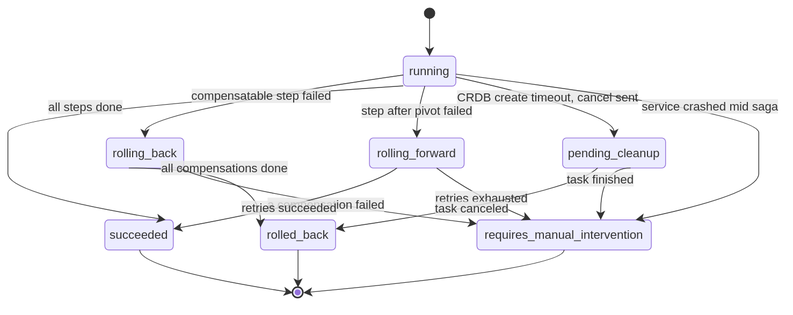
Before: docs/dr/diagrams/10b-state-saga.drawio.svg, a diagram exported from draw.io (EliShteinman/redis-enterprise-services). Source tidied: cells renumbered, new cells last; positions are measured from the earlier drawing's top-left corner, leaving out a move shared by most shapes.
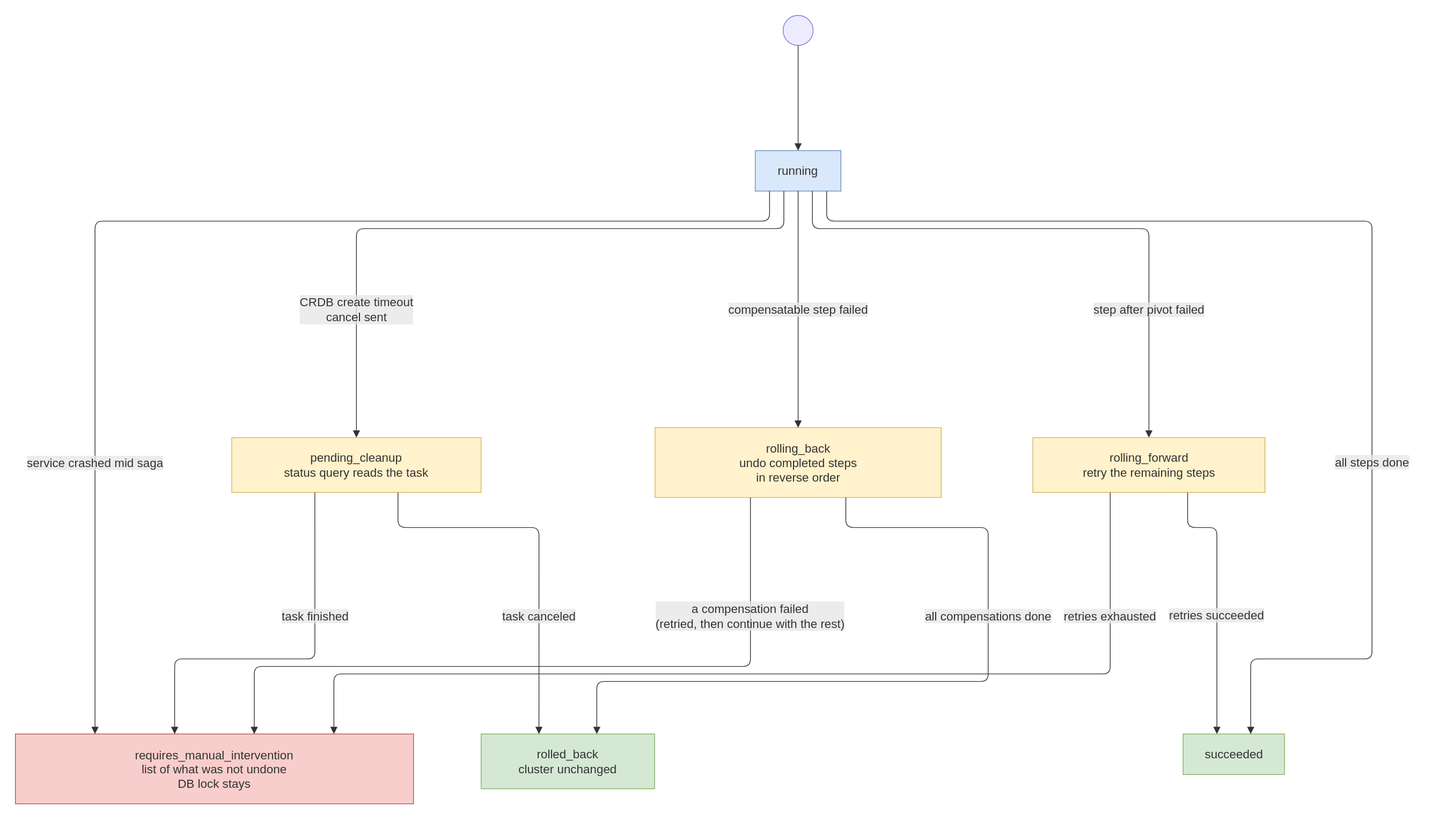
After the change.

Commit message:
docs(dr): presentation of the logic with the overview diagrams, roomier saga state diagram

Change to the diagram source:
```diff
@@ -2,133 +2,138 @@
   <root>
     <mxCell id="0" />
     <mxCell id="1" parent="0" />
-    <mxCell id="2" style="ellipse;html=1;fillColor=light-dark(#333333,#cccccc);strokeColor=light-dark(#333333,#cccccc);fontColor=light-dark(#333333,#cccccc);fontFamily=Trebuchet MS,Verdana,Arial,sans-serif;fontSize=16;" parent="1" vertex="1">
-      <mxGeometry x="554" width="14" height="14" as="geometry" />
+    <mxCell id="2" style="ellipse;html=1;strokeWidth=1;whiteSpace=wrap;fillColor=light-dark(#ECECFF,#1f2020);strokeColor=light-dark(#9370DB,#cccccc);fontColor=light-dark(#333333,#cccccc);fontFamily=Trebuchet MS,Verdana,Arial,sans-serif;fontSize=16;" parent="1" vertex="1">
+      <mxGeometry x="942" y="4" width="40" height="40" as="geometry" />
     </mxCell>
-    <mxCell id="3" value="running" style="rounded=1;absoluteArcSize=1;arcSize=10;html=1;whiteSpace=wrap;strokeWidth=1;fillColor=light-dark(#ECECFF,#1f2020);strokeColor=light-dark(#9370DB,#cccccc);fontColor=light-dark(#333333,#cccccc);fontFamily=Trebuchet MS,Verdana,Arial,sans-serif;fontSize=16;" parent="1" vertex="1">
-      <mxGeometry x="526" y="64" width="70" height="40" as="geometry" />
+    <mxCell id="3" value="running" style="html=1;whiteSpace=wrap;strokeWidth=1;fillColor=#dae8fc;strokeColor=#6c8ebf;fontColor=light-dark(#333333,#cccccc);fontFamily=Trebuchet MS,Verdana,Arial,sans-serif;fontSize=16;" parent="1" vertex="1">
+      <mxGeometry x="905" y="184" width="114" height="54" as="geometry" />
     </mxCell>
-    <mxCell id="4" value="succeeded" style="rounded=1;absoluteArcSize=1;arcSize=10;html=1;whiteSpace=wrap;strokeWidth=1;fillColor=light-dark(#ECECFF,#1f2020);strokeColor=light-dark(#9370DB,#cccccc);fontColor=light-dark(#333333,#cccccc);fontFamily=Trebuchet MS,Verdana,Arial,sans-serif;fontSize=16;" parent="1" vertex="1">
-      <mxGeometry x="129" y="282" width="91" height="40" as="geometry" />
+    <mxCell id="4" value="succeeded" style="html=1;whiteSpace=wrap;strokeWidth=1;fillColor=#d5e8d4;strokeColor=#82b366;fontColor=light-dark(#333333,#cccccc);fontFamily=Trebuchet MS,Verdana,Arial,sans-serif;fontSize=16;" parent="1" vertex="1">
+      <mxGeometry x="1474.5" y="961" width="135" height="54" as="geometry" />
     </mxCell>
-    <mxCell id="5" value="rolling_back" style="rounded=1;absoluteArcSize=1;arcSize=10;html=1;whiteSpace=wrap;strokeWidth=1;fillColor=light-dark(#ECECFF,#1f2020);strokeColor=light-dark(#9370DB,#cccccc);fontColor=light-dark(#333333,#cccccc);fontFamily=Trebuchet MS,Verdana,Arial,sans-serif;fontSize=16;" parent="1" vertex="1">
-      <mxGeometry x="131" y="173" width="103" height="40" as="geometry" />
+    <mxCell id="5" value="rolling_back&#10;undo completed steps&#10;in reverse order" style="html=1;whiteSpace=wrap;strokeWidth=1;fillColor=#fff2cc;strokeColor=#d6b656;fontColor=light-dark(#333333,#cccccc);fontFamily=Trebuchet MS,Verdana,Arial,sans-serif;fontSize=16;" parent="1" vertex="1">
+      <mxGeometry x="771.5" y="553" width="381" height="93" as="geometry" />
     </mxCell>
-    <mxCell id="6" value="rolled_back" style="rounded=1;absoluteArcSize=1;arcSize=10;html=1;whiteSpace=wrap;strokeWidth=1;fillColor=light-dark(#ECECFF,#1f2020);strokeColor=light-dark(#9370DB,#cccccc);fontColor=light-dark(#333333,#cccccc);fontFamily=Trebuchet MS,Verdana,Arial,sans-serif;fontSize=16;" parent="1" vertex="1">
-      <mxGeometry x="336" y="282" width="100" height="40" as="geometry" />
+    <mxCell id="6" value="rolling_forward&#10;retry the remaining steps" style="html=1;whiteSpace=wrap;strokeWidth=1;fillColor=#fff2cc;strokeColor=#d6b656;fontColor=light-dark(#333333,#cccccc);fontFamily=Trebuchet MS,Verdana,Arial,sans-serif;fontSize=16;" parent="1" vertex="1">
+      <mxGeometry x="1274.5" y="566.3" width="309" height="73" as="geometry" />
     </mxCell>
-    <mxCell id="7" value="requires_manual_intervention" style="rounded=1;absoluteArcSize=1;arcSize=10;html=1;whiteSpace=wrap;strokeWidth=1;fillColor=light-dark(#ECECFF,#1f2020);strokeColor=light-dark(#9370DB,#cccccc);fontColor=light-dark(#333333,#cccccc);fontFamily=Trebuchet MS,Verdana,Arial,sans-serif;fontSize=16;" parent="1" vertex="1">
-      <mxGeometry x="624" y="282" width="232" height="40" as="geometry" />
+    <mxCell id="7" value="pending_cleanup&#10;status query reads the task" style="html=1;whiteSpace=wrap;strokeWidth=1;fillColor=#fff2cc;strokeColor=#d6b656;fontColor=light-dark(#333333,#cccccc);fontFamily=Trebuchet MS,Verdana,Arial,sans-serif;fontSize=16;" parent="1" vertex="1">
+      <mxGeometry x="208" y="566.3" width="332" height="73" as="geometry" />
     </mxCell>
-    <mxCell id="8" value="rolling_forward" style="rounded=1;absoluteArcSize=1;arcSize=10;html=1;whiteSpace=wrap;strokeWidth=1;fillColor=light-dark(#ECECFF,#1f2020);strokeColor=light-dark(#9370DB,#cccccc);fontColor=light-dark(#333333,#cccccc);fontFamily=Trebuchet MS,Verdana,Arial,sans-serif;fontSize=16;" parent="1" vertex="1">
-      <mxGeometry x="481" y="173" width="126" height="40" as="geometry" />
+    <mxCell id="8" value="requires_manual_intervention&#10;list of what was not undone&#10;DB lock stays" style="html=1;whiteSpace=wrap;strokeWidth=1;fillColor=#f8cecc;strokeColor=#b85450;fontColor=light-dark(#333333,#cccccc);fontFamily=Trebuchet MS,Verdana,Arial,sans-serif;fontSize=16;" parent="1" vertex="1">
+      <mxGeometry x="-80" y="961" width="530" height="93" as="geometry" />
     </mxCell>
-    <mxCell id="9" value="pending_cleanup" style="rounded=1;absoluteArcSize=1;arcSize=10;html=1;whiteSpace=wrap;strokeWidth=1;fillColor=light-dark(#ECECFF,#1f2020);strokeColor=light-dark(#9370DB,#cccccc);fontColor=light-dark(#333333,#cccccc);fontFamily=Trebuchet MS,Verdana,Arial,sans-serif;fontSize=16;" parent="1" vertex="1">
-      <mxGeometry x="738" y="173" width="137" height="40" as="geometry" />
+    <mxCell id="9" value="rolled_back&#10;cluster unchanged" style="html=1;whiteSpace=wrap;strokeWidth=1;fillColor=#d5e8d4;strokeColor=#82b366;fontColor=light-dark(#333333,#cccccc);fontFamily=Trebuchet MS,Verdana,Arial,sans-serif;fontSize=16;" parent="1" vertex="1">
+      <mxGeometry x="540" y="961" width="231" height="73" as="geometry" />
     </mxCell>
-    <mxCell id="10" style="ellipse;html=1;fillColor=light-dark(#ECECFF,#1f2020);strokeColor=light-dark(#333333,#cccccc);strokeWidth=2;centerRadius=4;centerColor=light-dark(#9370DB,#cccccc);fontColor=light-dark(#333333,#cccccc);fontFamily=Trebuchet MS,Verdana,Arial,sans-serif;fontSize=16;" parent="1" vertex="1">
-      <mxGeometry x="379" y="372" width="14" height="14" as="geometry" />
+    <mxCell id="10" style="curved=0;startArrow=none;endArrow=block;endSize=7;strokeColor=light-dark(#333333,#cccccc);rounded=1;exitX=0.5;exitY=1;entryX=0.5;entryY=0;edgeStyle=orthogonalEdgeStyle;" parent="1" edge="1" source="2" target="3">
+      <mxGeometry relative="1" as="geometry">
+        <Array as="points">
+          <mxPoint x="962" y="114" />
+        </Array>
+      </mxGeometry>
     </mxCell>
-    <mxCell id="11" style="curved=1;startArrow=none;endArrow=classic;endSize=9;fillColor=none;strokeColor=light-dark(#333333,#cccccc);exitX=0.5;exitY=1;entryX=0.5;entryY=0;" parent="1" edge="1" source="2" target="3">
-      <mxGeometry relative="1" as="geometry" />
+    <mxCell id="11" value="all steps done" style="curved=0;startArrow=none;endArrow=block;endSize=7;strokeColor=light-dark(#333333,#cccccc);html=1;fontSize=16;labelBackgroundColor=light-dark(#E8E8E88D,#2a2a2a8D);fontFamily=Trebuchet MS,Verdana,Arial,sans-serif;fontColor=light-dark(#333333,#cccccc);rounded=1;exitX=0.8333;exitY=1;entryX=0.6667;entryY=0;edgeStyle=orthogonalEdgeStyle;" parent="1" edge="1" source="3" target="4">
+      <mxGeometry relative="1" as="geometry">
+        <Array as="points">
+          <mxPoint x="1000" y="278" />
+          <mxPoint x="1726" y="278" />
+          <mxPoint x="1726" y="861" />
+          <mxPoint x="1564.5" y="861" />
+        </Array>
+        <mxPoint y="282.2" as="offset" />
+      </mxGeometry>
     </mxCell>
-    <mxCell id="12" value="all steps done" style="curved=1;startArrow=none;endArrow=classic;endSize=9;fillColor=none;strokeColor=light-dark(#333333,#cccccc);html=1;fontSize=16;labelBackgroundColor=#E8E8E88D;fontFamily=Trebuchet MS,Verdana,Arial,sans-serif;fontColor=light-dark(#333333,#cccccc);exitX=0;exitY=0.99;entryX=0.89;entryY=0;" parent="1" edge="1" source="3" target="4">
+    <mxCell id="12" value="compensatable step failed" style="curved=0;startArrow=none;endArrow=block;endSize=7;strokeColor=light-dark(#333333,#cccccc);html=1;fontSize=16;labelBackgroundColor=light-dark(#E8E8E88D,#2a2a2a8D);fontFamily=Trebuchet MS,Verdana,Arial,sans-serif;fontColor=light-dark(#333333,#cccccc);rounded=1;exitX=0.5;exitY=1;entryX=0.5;entryY=0;edgeStyle=orthogonalEdgeStyle;" parent="1" edge="1" source="3" target="5">
       <mxGeometry relative="1" as="geometry">
         <Array as="points">
-          <mxPoint y="139" />
-          <mxPoint y="193" />
-          <mxPoint y="248" />
+          <mxPoint x="962" y="395.5" />
         </Array>
       </mxGeometry>
     </mxCell>
-    <mxCell id="13" value="compensatable step failed" style="curved=1;startArrow=none;endArrow=classic;endSize=9;fillColor=none;strokeColor=light-dark(#333333,#cccccc);html=1;fontSize=16;labelBackgroundColor=#E8E8E88D;fontFamily=Trebuchet MS,Verdana,Arial,sans-serif;fontColor=light-dark(#333333,#cccccc);exitX=0;exitY=0.63;entryX=0.5;entryY=0;" parent="1" edge="1" source="3" target="5">
+    <mxCell id="13" value="step after pivot failed" style="curved=0;startArrow=none;endArrow=block;endSize=7;strokeColor=light-dark(#333333,#cccccc);html=1;fontSize=16;labelBackgroundColor=light-dark(#E8E8E88D,#2a2a2a8D);fontFamily=Trebuchet MS,Verdana,Arial,sans-serif;fontColor=light-dark(#333333,#cccccc);rounded=1;exitX=0.6667;exitY=1;entryX=0.5;entryY=0;edgeStyle=orthogonalEdgeStyle;" parent="1" edge="1" source="3" target="6">
       <mxGeometry relative="1" as="geometry">
         <Array as="points">
-          <mxPoint x="182" y="139" />
+          <mxPoint x="981" y="288" />
+          <mxPoint x="1429" y="288" />
         </Array>
+        <mxPoint x="109.8" y="107.5" as="offset" />
       </mxGeometry>
     </mxCell>
-    <mxCell id="14" value="all compensations done" style="curved=1;startArrow=none;endArrow=classic;endSize=9;fillColor=none;strokeColor=light-dark(#333333,#cccccc);html=1;fontSize=16;labelBackgroundColor=#E8E8E88D;fontFamily=Trebuchet MS,Verdana,Arial,sans-serif;fontColor=light-dark(#333333,#cccccc);exitX=0.29;exitY=1;entryX=0;entryY=0.25;" parent="1" edge="1" source="5" target="6">
+    <mxCell id="14" value="CRDB create timeout&#10;cancel sent" style="curved=0;startArrow=none;endArrow=block;endSize=7;strokeColor=light-dark(#333333,#cccccc);html=1;fontSize=16;labelBackgroundColor=light-dark(#E8E8E88D,#2a2a2a8D);fontFamily=Trebuchet MS,Verdana,Arial,sans-serif;fontColor=light-dark(#333333,#cccccc);rounded=1;exitX=0.3333;exitY=1;entryX=0.5;entryY=0;edgeStyle=orthogonalEdgeStyle;" parent="1" edge="1" source="3" target="7">
       <mxGeometry relative="1" as="geometry">
         <Array as="points">
-          <mxPoint x="336" y="213" />
+          <mxPoint x="943" y="288" />
+          <mxPoint x="374" y="288" />
         </Array>
+        <mxPoint x="-170.3" y="107.5" as="offset" />
       </mxGeometry>
     </mxCell>
-    <mxCell id="15" value="a compensation failed" style="curved=1;startArrow=none;endArrow=classic;endSize=9;fillColor=none;strokeColor=light-dark(#333333,#cccccc);html=1;fontSize=16;labelBackgroundColor=#E8E8E88D;fontFamily=Trebuchet MS,Verdana,Arial,sans-serif;fontColor=light-dark(#333333,#cccccc);exitX=0.94;exitY=1;entryX=0;entryY=0.13;" parent="1" edge="1" source="5" target="7">
+    <mxCell id="15" value="service crashed mid saga" style="curved=0;startArrow=none;endArrow=block;endSize=7;strokeColor=light-dark(#333333,#cccccc);html=1;fontSize=16;labelBackgroundColor=light-dark(#E8E8E88D,#2a2a2a8D);fontFamily=Trebuchet MS,Verdana,Arial,sans-serif;fontColor=light-dark(#333333,#cccccc);rounded=1;exitX=0.1667;exitY=1;entryX=0.2;entryY=0;edgeStyle=orthogonalEdgeStyle;" parent="1" edge="1" source="3" target="8">
       <mxGeometry relative="1" as="geometry">
         <Array as="points">
-          <mxPoint x="308" y="248" />
+          <mxPoint x="924" y="278" />
+          <mxPoint x="26" y="278" />
+          <mxPoint x="26" y="803.5" />
         </Array>
+        <mxPoint x="-127.5" y="321.5" as="offset" />
       </mxGeometry>
     </mxCell>
-    <mxCell id="16" value="step after pivot failed" style="curved=1;startArrow=none;endArrow=classic;endSize=9;fillColor=none;strokeColor=light-dark(#333333,#cccccc);html=1;fontSize=16;labelBackgroundColor=#E8E8E88D;fontFamily=Trebuchet MS,Verdana,Arial,sans-serif;fontColor=light-dark(#333333,#cccccc);exitX=0.41;exitY=1;entryX=0.5;entryY=0;" parent="1" edge="1" source="3" target="8">
+    <mxCell id="16" value="all compensations done" style="curved=0;startArrow=none;endArrow=block;endSize=7;strokeColor=light-dark(#333333,#cccccc);html=1;fontSize=16;labelBackgroundColor=light-dark(#E8E8E88D,#2a2a2a8D);fontFamily=Trebuchet MS,Verdana,Arial,sans-serif;fontColor=light-dark(#333333,#cccccc);rounded=1;exitX=0.6667;exitY=1;entryX=0.6667;entryY=0;edgeStyle=orthogonalEdgeStyle;" parent="1" edge="1" source="5" target="9">
       <mxGeometry relative="1" as="geometry">
         <Array as="points">
-          <mxPoint x="544" y="139" />
+          <mxPoint x="1025.5" y="686" />
+          <mxPoint x="1215" y="686" />
+          <mxPoint x="1215" y="891" />
+          <mxPoint x="694" y="891" />
         </Array>
+        <mxPoint x="78.2" y="-87.5" as="offset" />
       </mxGeometry>
     </mxCell>
-    <mxCell id="17" value="retries succeeded" style="curved=1;startArrow=none;endArrow=classic;endSize=9;fillColor=none;strokeColor=light-dark(#333333,#cccccc);html=1;fontSize=16;labelBackgroundColor=#E8E8E88D;fontFamily=Trebuchet MS,Verdana,Arial,sans-serif;fontColor=light-dark(#333333,#cccccc);exitX=0.29;exitY=1;entryX=1;entryY=0.3;" parent="1" edge="1" source="8" target="4">
+    <mxCell id="17" value="a compensation failed&#10;(retried, then continue with the rest)" style="curved=0;startArrow=none;endArrow=block;endSize=7;strokeColor=light-dark(#333333,#cccccc);html=1;fontSize=16;labelBackgroundColor=light-dark(#E8E8E88D,#2a2a2a8D);fontFamily=Trebuchet MS,Verdana,Arial,sans-serif;fontColor=light-dark(#333333,#cccccc);rounded=1;exitX=0.3333;exitY=1;entryX=0.6;entryY=0;edgeStyle=orthogonalEdgeStyle;" parent="1" edge="1" source="5" target="8">
       <mxGeometry relative="1" as="geometry">
         <Array as="points">
-          <mxPoint x="471" y="248" />
+          <mxPoint x="898.5" y="871" />
+          <mxPoint x="238" y="871" />
         </Array>
+        <mxPoint x="262.8" y="-67.5" as="offset" />
       </mxGeometry>
     </mxCell>
-    <mxCell id="18" value="retries exhausted" style="curved=1;startArrow=none;endArrow=classic;endSize=9;fillColor=none;strokeColor=light-dark(#333333,#cccccc);html=1;fontSize=16;labelBackgroundColor=#E8E8E88D;fontFamily=Trebuchet MS,Verdana,Arial,sans-serif;fontColor=light-dark(#333333,#cccccc);exitX=0.71;exitY=1;entryX=0.31;entryY=0;" parent="1" edge="1" source="8" target="7">
+    <mxCell id="18" value="retries succeeded" style="curved=0;startArrow=none;endArrow=block;endSize=7;strokeColor=light-dark(#333333,#cccccc);html=1;fontSize=16;labelBackgroundColor=light-dark(#E8E8E88D,#2a2a2a8D);fontFamily=Trebuchet MS,Verdana,Arial,sans-serif;fontColor=light-dark(#333333,#cccccc);rounded=1;exitX=0.6667;exitY=1;entryX=0.3333;entryY=0;edgeStyle=orthogonalEdgeStyle;" parent="1" edge="1" source="6" target="4">
       <mxGeometry relative="1" as="geometry">
         <Array as="points">
-          <mxPoint x="617" y="248" />
+          <mxPoint x="1480.5" y="686" />
+          <mxPoint x="1519.5" y="686" />
         </Array>
+        <mxPoint y="22.8" as="offset" />
       </mxGeometry>
     </mxCell>
-    <mxCell id="19" value="CRDB create timeout, cancel sent" style="curved=1;startArrow=none;endArrow=classic;endSize=9;fillColor=none;strokeColor=light-dark(#333333,#cccccc);html=1;fontSize=16;labelBackgroundColor=#E8E8E88D;fontFamily=Trebuchet MS,Verdana,Arial,sans-serif;fontColor=light-dark(#333333,#cccccc);exitX=1;exitY=0.7;entryX=0.5;entryY=0;" parent="1" edge="1" source="3" target="9">
+    <mxCell id="19" value="retries exhausted" style="curved=0;startArrow=none;endArrow=block;endSize=7;strokeColor=light-dark(#333333,#cccccc);html=1;fontSize=16;labelBackgroundColor=light-dark(#E8E8E88D,#2a2a2a8D);fontFamily=Trebuchet MS,Verdana,Arial,sans-serif;fontColor=light-dark(#333333,#cccccc);rounded=1;exitX=0.3333;exitY=1;entryX=0.8;entryY=0;edgeStyle=orthogonalEdgeStyle;" parent="1" edge="1" source="6" target="8">
       <mxGeometry relative="1" as="geometry">
         <Array as="points">
-          <mxPoint x="806" y="139" />
+          <mxPoint x="1377.5" y="881" />
+          <mxPoint x="344" y="881" />
         </Array>
+        <mxPoint x="435.9" y="-77.5" as="offset" />
       </mxGeometry>
     </mxCell>
-    <mxCell id="20" value="task canceled" style="curved=1;startArrow=none;endArrow=classic;endSize=9;fillColor=none;strokeColor=light-dark(#333333,#cccccc);html=1;fontSize=16;labelBackgroundColor=#E8E8E88D;fontFamily=Trebuchet MS,Verdana,Arial,sans-serif;fontColor=light-dark(#333333,#cccccc);exitX=0.34;exitY=1;entryX=1;entryY=0.3;" parent="1" edge="1" source="9" target="6">
+    <mxCell id="20" value="task canceled" style="curved=0;startArrow=none;endArrow=block;endSize=7;strokeColor=light-dark(#333333,#cccccc);html=1;fontSize=16;labelBackgroundColor=light-dark(#E8E8E88D,#2a2a2a8D);fontFamily=Trebuchet MS,Verdana,Arial,sans-serif;fontColor=light-dark(#333333,#cccccc);rounded=1;exitX=0.6667;exitY=1;entryX=0.3333;entryY=0;edgeStyle=orthogonalEdgeStyle;" parent="1" edge="1" source="7" target="9">
       <mxGeometry relative="1" as="geometry">
         <Array as="points">
-          <mxPoint x="749" y="248" />
+          <mxPoint x="429.3" y="686" />
+          <mxPoint x="617" y="686" />
         </Array>
+        <mxPoint y="97.2" as="offset" />
       </mxGeometry>
     </mxCell>
-    <mxCell id="21" value="task finished" style="curved=1;startArrow=none;endArrow=classic;endSize=9;fillColor=none;strokeColor=light-dark(#333333,#cccccc);html=1;fontSize=16;labelBackgroundColor=#E8E8E88D;fontFamily=Trebuchet MS,Verdana,Arial,sans-serif;fontColor=light-dark(#333333,#cccccc);exitX=0.66;exitY=1;entryX=0.71;entryY=0;" parent="1" edge="1" source="9" target="7">
+    <mxCell id="21" value="task finished" style="curved=0;startArrow=none;endArrow=block;endSize=7;strokeColor=light-dark(#333333,#cccccc);html=1;fontSize=16;labelBackgroundColor=light-dark(#E8E8E88D,#2a2a2a8D);fontFamily=Trebuchet MS,Verdana,Arial,sans-serif;fontColor=light-dark(#333333,#cccccc);rounded=1;exitX=0.3333;exitY=1;entryX=0.4;entryY=0;edgeStyle=orthogonalEdgeStyle;" parent="1" edge="1" source="7" target="8">
       <mxGeometry relative="1" as="geometry">
         <Array as="points">
-          <mxPoint x="788" y="213" />
+          <mxPoint x="318.7" y="861" />
+          <mxPoint x="132" y="861" />
         </Array>
+        <mxPoint x="32.5" y="-57.5" as="offset" />
       </mxGeometry>
     </mxCell>
-    <mxCell id="22" value="service crashed mid saga" style="curved=1;startArrow=none;endArrow=classic;endSize=9;fillColor=none;strokeColor=light-dark(#333333,#cccccc);html=1;fontSize=16;labelBackgroundColor=#E8E8E88D;fontFamily=Trebuchet MS,Verdana,Arial,sans-serif;fontColor=light-dark(#333333,#cccccc);exitX=1;exitY=0.6;entryX=0.91;entryY=0;" parent="1" edge="1" source="3" target="7">
-      <mxGeometry relative="1" as="geometry">
-        <Array as="points">
-          <mxPoint x="999" y="139" />
-          <mxPoint x="999" y="193" />
-          <mxPoint x="999" y="248" />
-        </Array>
-      </mxGeometry>
-    </mxCell>
-    <mxCell id="23" style="curved=1;startArrow=none;endArrow=classic;endSize=9;fillColor=none;strokeColor=light-dark(#333333,#cccccc);exitX=0.51;exitY=1;entryX=0;entryY=0.43;" parent="1" edge="1" source="4" target="10">
-      <mxGeometry relative="1" as="geometry">
-        <Array as="points">
-          <mxPoint x="175" y="347" />
-        </Array>
-      </mxGeometry>
-    </mxCell>
-    <mxCell id="24" style="curved=1;startArrow=none;endArrow=classic;endSize=9;fillColor=none;strokeColor=light-dark(#333333,#cccccc);exitX=0.5;exitY=1;entryX=0.5;entryY=0;" parent="1" edge="1" source="6" target="10">
-      <mxGeometry relative="1" as="geometry" />
-    </mxCell>
-    <mxCell id="25" style="curved=1;startArrow=none;endArrow=classic;endSize=9;fillColor=none;strokeColor=light-dark(#333333,#cccccc);exitX=0.5;exitY=1;entryX=1;entryY=0.43;" parent="1" edge="1" source="7" target="10">
-      <mxGeometry relative="1" as="geometry">
-        <Array as="points">
-          <mxPoint x="740" y="347" />
-        </Array>
-      </mxGeometry>
-    </mxCell>
   </root>
 </mxGraphModel>
```
